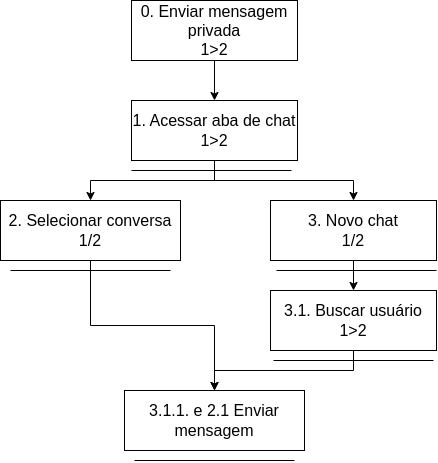
This is ihc-grupo1/docs/assets/images/hta-chat.png from Interacao-Humano-Computador/2024.2-Grupo01, a draw.io export, as it was before one commit. Source tidied: cells renumbered, new cells last; positions are measured from the earlier drawing's top-left corner, leaving out a move shared by most shapes.
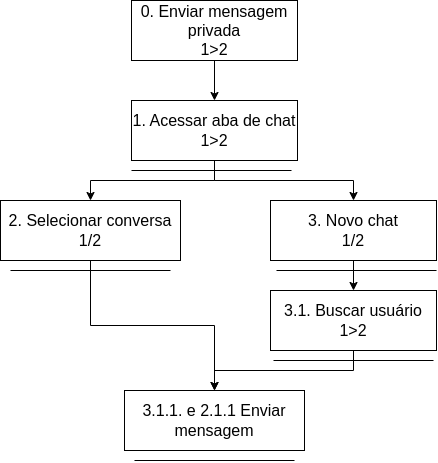
After the change.

The edit, as a diff of the source:
```diff
@@ -35,7 +35,7 @@
     <mxCell id="12" value="&lt;div&gt;&lt;span style=&quot;font-size: 16px;&quot;&gt;3.1. Buscar usuário&lt;/span&gt;&lt;/div&gt;&lt;div&gt;&lt;span style=&quot;font-size: 16px;&quot;&gt;1&amp;gt;2&lt;/span&gt;&lt;/div&gt;" style="rounded=0;whiteSpace=wrap;html=1;" parent="1" vertex="1">
       <mxGeometry x="270" y="290" width="166" height="60" as="geometry" />
     </mxCell>
-    <mxCell id="13" value="&lt;div&gt;&lt;span style=&quot;font-size: 16px;&quot;&gt;3.1.1. e 2.1 Enviar mensagem&lt;/span&gt;&lt;/div&gt;" style="rounded=0;whiteSpace=wrap;html=1;" parent="1" vertex="1">
+    <mxCell id="13" value="&lt;div&gt;&lt;span style=&quot;font-size: 16px;&quot;&gt;3.1.1. e 2.1.1 Enviar mensagem&lt;/span&gt;&lt;/div&gt;" style="rounded=0;whiteSpace=wrap;html=1;" parent="1" vertex="1">
       <mxGeometry x="124" y="390" width="180" height="60" as="geometry" />
     </mxCell>
     <mxCell id="14" style="endArrow=none;html=1;rounded=0;" parent="1" edge="1">
```
